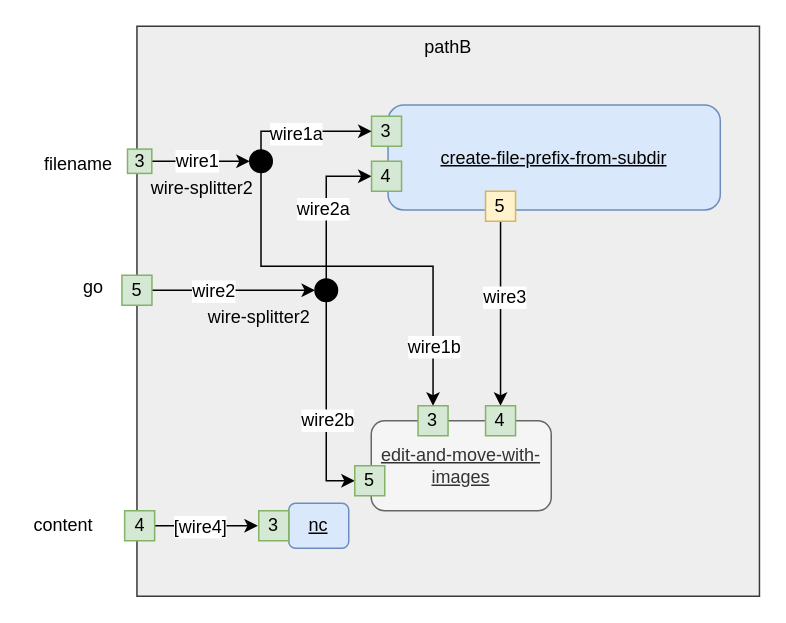
Before: page "pathB" (8 of 8) of Implementation-Scrivener-to-Jekyll.drawio in guitarvydas/scrivener-to-jekyll, a draw.io diagram. Source tidied: cells renumbered, new cells numbered last; positions are measured from the earlier drawing's top-left corner, leaving out a move shared by most shapes. Both pictures are drawn from the tidied source at 150%, with x=0, y=0 at pixel (26, 26).
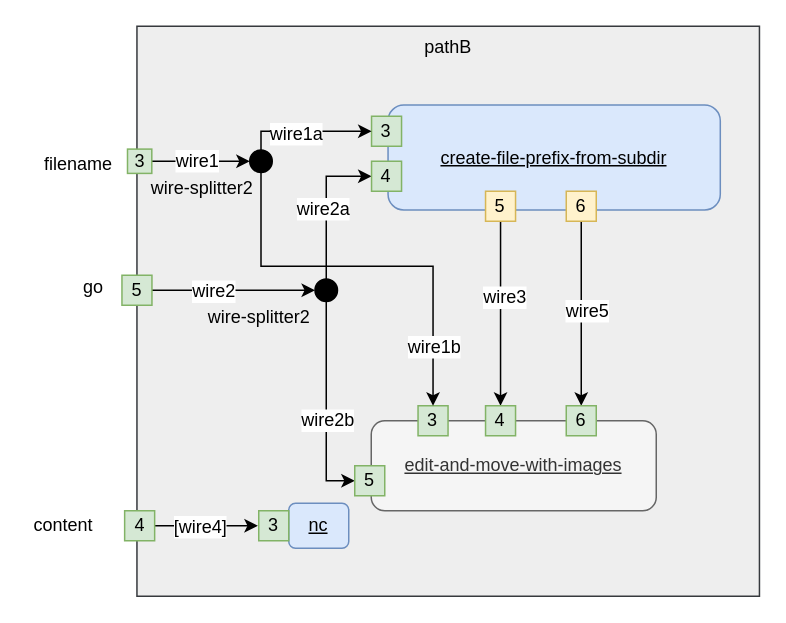
The same page after the edit.

What changed in the source:
```diff
@@
     <mxCell id="8" value="&lt;u&gt;edit-and-move-with-images&lt;/u&gt;" style="rounded=1;whiteSpace=wrap;html=1;shadow=0;align=center;fillColor=#f5f5f5;strokeColor=#666666;fontColor=#333333;" parent="1" vertex="1">
-      <mxGeometry x="230" y="263" width="120" height="60" as="geometry" />
+      <mxGeometry x="230" y="263" width="190" height="60" as="geometry" />
     </mxCell>
@@
+    <mxCell id="39" style="edgeStyle=orthogonalEdgeStyle;rounded=0;jettySize=auto;html=1;entryX=0.5;entryY=0;entryDx=0;entryDy=0;" parent="1" edge="1" source="41" target="42">
+      <mxGeometry relative="1" as="geometry" />
+    </mxCell>
+    <mxCell id="40" value="wire5" style="text;html=1;align=center;verticalAlign=middle;labelBackgroundColor=#ffffff;" parent="39" vertex="1">
+      <mxGeometry x="-0.04" y="3" relative="1" as="geometry" />
+    </mxCell>
+    <mxCell id="41" value="6" style="whiteSpace=wrap;html=1;fillColor=#fff2cc;strokeColor=#d6b656;" parent="1" vertex="1">
+      <mxGeometry x="360" y="110" width="20" height="20" as="geometry" />
+    </mxCell>
+    <mxCell id="42" value="6" style="whiteSpace=wrap;html=1;fillColor=#d5e8d4;strokeColor=#82b366;" parent="1" vertex="1">
+      <mxGeometry x="360" y="253" width="20" height="20" as="geometry" />
+    </mxCell>
```
